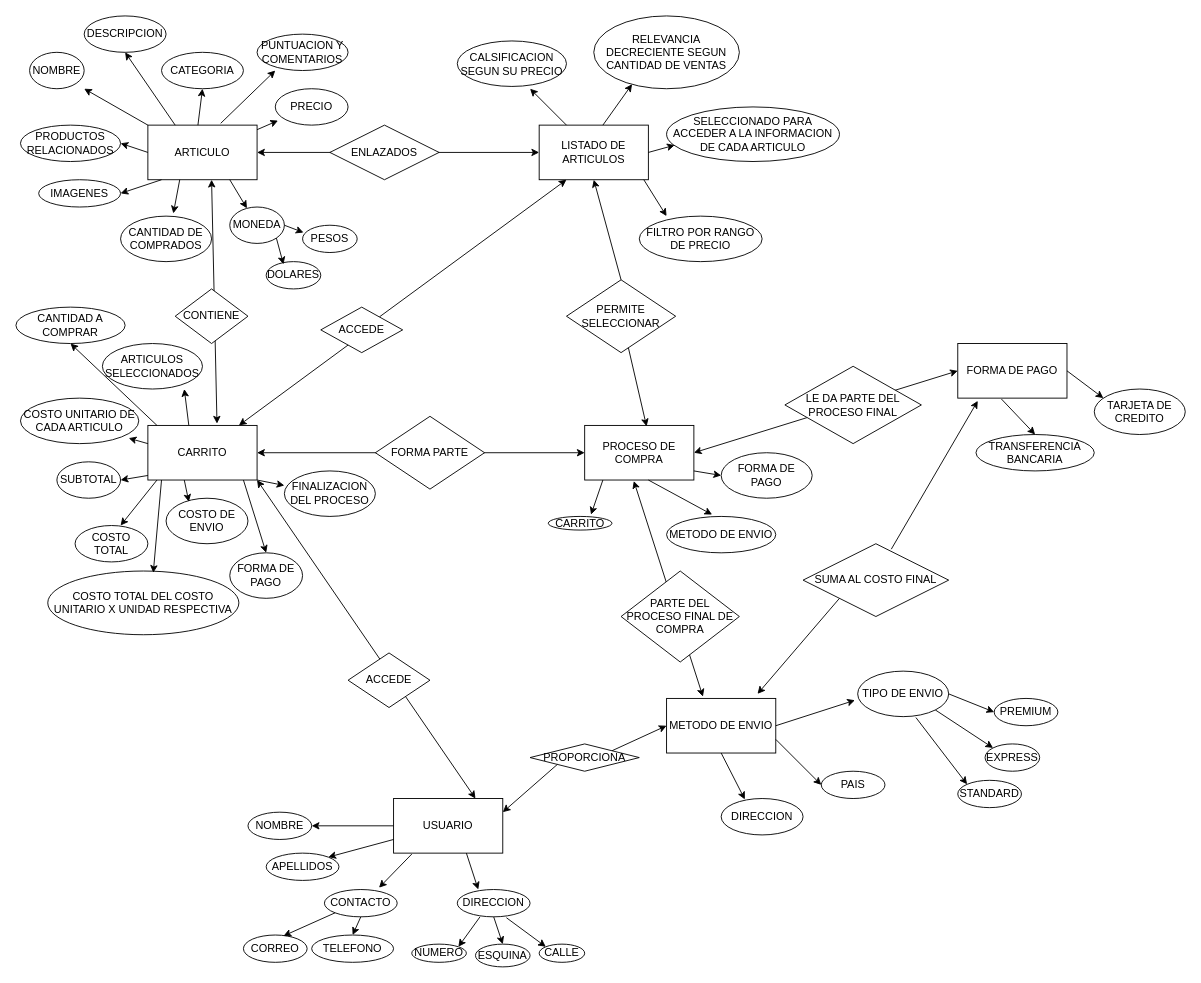
jonasromano/E-Comerc keeps this draw.io diagram as MODELADO DE ENTIDADES Y SUS ATRIBUTOS.drawio. Above is the earlier version. Source tidied: cells renumbered, new cells numbered last; positions are measured from the earlier drawing's top-left corner, leaving out a move shared by most shapes. Both pictures are drawn from the tidied source at 91%, with x=0, y=0 at pixel (15, 15).
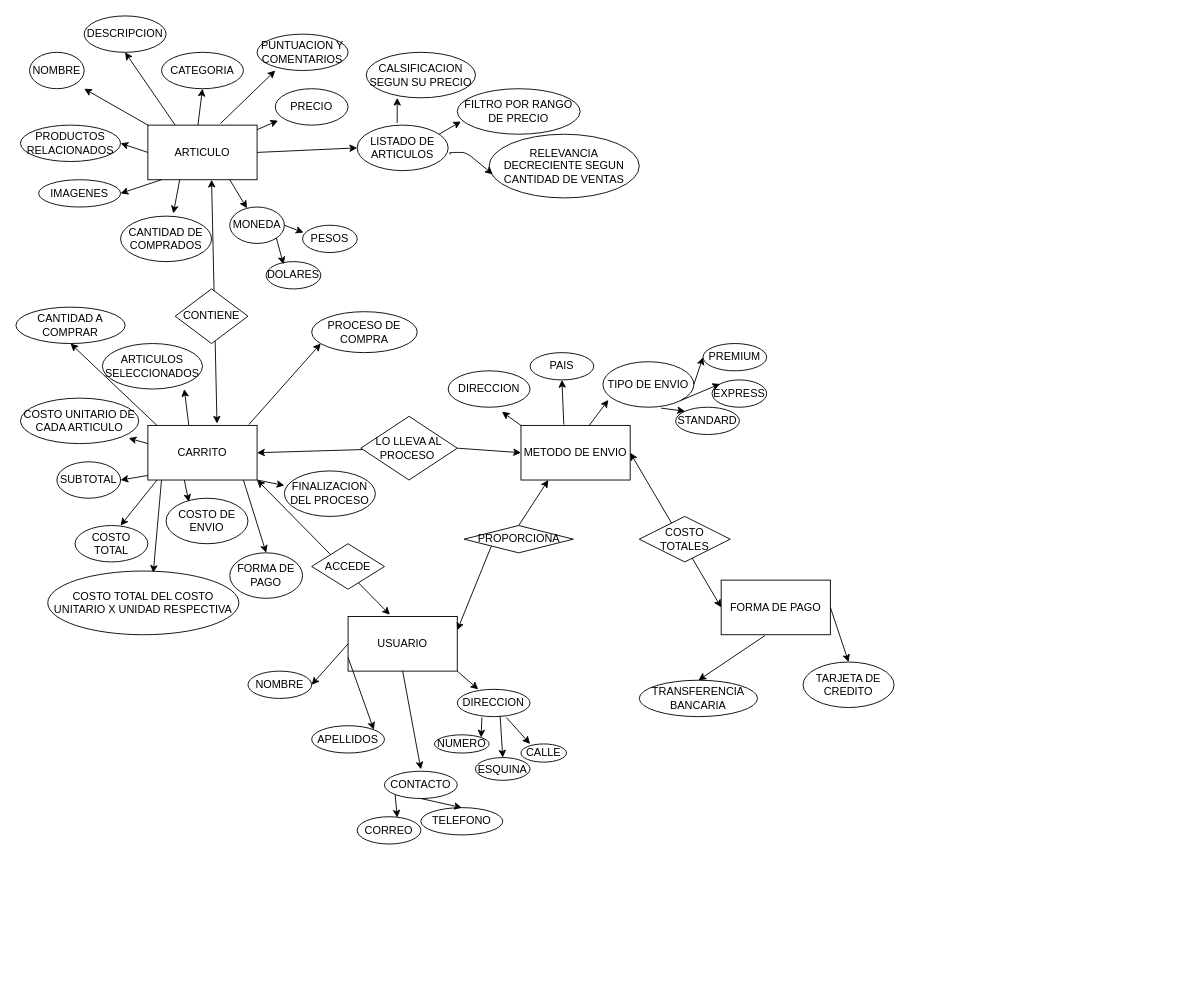
The same diagram, later.

The change refers to these unchanged cells:
```xml
<mxCell id="2" value="ARTICULO" style="rounded=0;whiteSpace=wrap;html=1;" parent="1" vertex="1">
  <mxGeometry x="145" y="120" width="120" height="60" as="geometry" />
</mxCell>
<mxCell id="33" value="CARRITO" style="rounded=0;whiteSpace=wrap;html=1;" parent="1" vertex="1">
  <mxGeometry x="145" y="450" width="120" height="60" as="geometry" />
</mxCell>
```

Diff of the diagram source:
```diff
@@
-    <mxCell id="21" value="LISTADO DE ARTICULOS" style="rounded=0;whiteSpace=wrap;html=1;" parent="1" vertex="1">
-      <mxGeometry x="575" y="120" width="120" height="60" as="geometry" />
-    </mxCell>
     <mxCell id="22" value="CALSIFICACION SEGUN SU PRECIO" style="ellipse;whiteSpace=wrap;html=1;" parent="1" vertex="1">
-      <mxGeometry x="485" y="27.5" width="120" height="50" as="geometry" />
+      <mxGeometry x="385" y="40" width="120" height="50" as="geometry" />
     </mxCell>
     <mxCell id="23" value="RELEVANCIA DECRECIENTE SEGUN CANTIDAD DE VENTAS" style="ellipse;whiteSpace=wrap;html=1;" parent="1" vertex="1">
-      <mxGeometry x="635" width="160" height="80" as="geometry" />
+      <mxGeometry x="520" y="130" width="165" height="70" as="geometry" />
     </mxCell>
     <mxCell id="24" value="FILTRO POR RANGO DE PRECIO" style="ellipse;whiteSpace=wrap;html=1;" parent="1" vertex="1">
-      <mxGeometry x="685" y="220" width="135" height="50" as="geometry" />
+      <mxGeometry x="485" y="80" width="135" height="50" as="geometry" />
     </mxCell>
-    <mxCell id="25" style="endArrow=classic;startArrow=classic;html=1;exitX=1;exitY=0.5;exitDx=0;exitDy=0;entryX=0;entryY=0.5;entryDx=0;entryDy=0;" parent="1" edge="1" source="2" target="21">
-      <mxGeometry relative="1" as="geometry" />
-    </mxCell>
-    <mxCell id="26" value="ENLAZADOS" style="rhombus;whiteSpace=wrap;html=1;" parent="1" vertex="1">
-      <mxGeometry x="345" y="120" width="120" height="60" as="geometry" />
-    </mxCell>
-    <mxCell id="27" value="SELECCIONADO PARA ACCEDER A LA INFORMACION DE CADA ARTICULO" style="ellipse;whiteSpace=wrap;html=1;" parent="1" vertex="1">
-      <mxGeometry x="715" y="100" width="190" height="60" as="geometry" />
-    </mxCell>
-    <mxCell id="28" style="endArrow=classic;html=1;exitX=0.25;exitY=0;exitDx=0;exitDy=0;" parent="1" edge="1" source="21">
+    <mxCell id="28" style="endArrow=classic;html=1;exitX=0.25;exitY=0;exitDx=0;exitDy=0;" parent="1" edge="1">
       <mxGeometry relative="1" as="geometry">
-        <mxPoint x="565" y="80" as="targetPoint" />
+        <mxPoint x="419" y="117.5" as="sourcePoint" />
+        <mxPoint x="419" y="90" as="targetPoint" />
       </mxGeometry>
     </mxCell>
-    <mxCell id="29" style="endArrow=classic;html=1;entryX=0.263;entryY=0.938;entryDx=0;entryDy=0;entryPerimeter=0;" parent="1" edge="1" target="23">
+    <mxCell id="29" style="endArrow=classic;html=1;exitX=1.03;exitY=0.64;exitDx=0;exitDy=0;exitPerimeter=0;entryX=0.024;entryY=0.629;entryDx=0;entryDy=0;entryPerimeter=0;" parent="1" edge="1" source="21" target="23">
       <mxGeometry relative="1" as="geometry">
-        <mxPoint x="645" y="120" as="sourcePoint" />
+        <Array as="points">
+          <mxPoint x="475" y="150" />
+          <mxPoint x="495" y="150" />
+        </Array>
       </mxGeometry>
     </mxCell>
-    <mxCell id="30" style="endArrow=classic;html=1;entryX=0.047;entryY=0.7;entryDx=0;entryDy=0;entryPerimeter=0;" parent="1" edge="1" target="27">
-      <mxGeometry relative="1" as="geometry">
-        <mxPoint x="695" y="150" as="sourcePoint" />
-      </mxGeometry>
-    </mxCell>
-    <mxCell id="31" style="endArrow=classic;html=1;" parent="1" edge="1">
+    <mxCell id="31" style="endArrow=classic;html=1;entryX=0.03;entryY=0.72;entryDx=0;entryDy=0;entryPerimeter=0;" parent="1" edge="1" target="24">
       <mxGeometry relative="1" as="geometry">
-        <mxPoint x="690" y="180" as="sourcePoint" />
-        <mxPoint x="715" y="220" as="targetPoint" />
+        <mxPoint x="465" y="130" as="sourcePoint" />
       </mxGeometry>
     </mxCell>
-    <mxCell id="32" value="PROCESO DE COMPRA" style="rounded=0;whiteSpace=wrap;html=1;" parent="1" vertex="1">
-      <mxGeometry x="625" y="450" width="120" height="60" as="geometry" />
-    </mxCell>
@@
-    <mxCell id="34" style="endArrow=classic;startArrow=classic;html=1;exitX=1;exitY=0.5;exitDx=0;exitDy=0;entryX=0;entryY=0.5;entryDx=0;entryDy=0;" parent="1" edge="1" source="33" target="32">
-      <mxGeometry relative="1" as="geometry" />
-    </mxCell>
@@
-    <mxCell id="36" style="endArrow=classic;startArrow=none;html=1;entryX=0.25;entryY=1;entryDx=0;entryDy=0;" parent="1" edge="1" source="40" target="21">
-      <mxGeometry relative="1" as="geometry" />
-    </mxCell>
-    <mxCell id="37" style="endArrow=classic;startArrow=none;html=1;entryX=0.5;entryY=1;entryDx=0;entryDy=0;exitX=0.5;exitY=0;exitDx=0;exitDy=0;" parent="1" edge="1" source="42" target="21">
+    <mxCell id="37" style="endArrow=classic;startArrow=none;html=1;entryX=0;entryY=0.5;entryDx=0;entryDy=0;exitX=1;exitY=0.5;exitDx=0;exitDy=0;" parent="1" edge="1" source="2" target="21">
       <mxGeometry relative="1" as="geometry" />
     </mxCell>
-    <mxCell id="38" value="FORMA PARTE" style="rhombus;whiteSpace=wrap;html=1;" parent="1" vertex="1">
-      <mxGeometry x="395" y="440" width="120" height="80" as="geometry" />
-    </mxCell>
@@
-    <mxCell id="40" value="ACCEDE" style="rhombus;whiteSpace=wrap;html=1;" parent="1" vertex="1">
-      <mxGeometry x="335" y="320" width="90" height="50" as="geometry" />
-    </mxCell>
-    <mxCell id="41" style="endArrow=none;startArrow=classic;html=1;entryX=0.25;entryY=1;entryDx=0;entryDy=0;" parent="1" edge="1" target="40">
+    <mxCell id="41" style="endArrow=none;startArrow=classic;html=1;entryX=0.925;entryY=-0.017;entryDx=0;entryDy=0;entryPerimeter=0;" parent="1" edge="1" target="33">
       <mxGeometry relative="1" as="geometry">
-        <mxPoint x="245" y="450" as="sourcePoint" />
+        <mxPoint x="335" y="360" as="sourcePoint" />
       </mxGeometry>
     </mxCell>
-    <mxCell id="42" value="PERMITE SELECCIONAR" style="rhombus;whiteSpace=wrap;html=1;" parent="1" vertex="1">
-      <mxGeometry x="605" y="290" width="120" height="80" as="geometry" />
-    </mxCell>
-    <mxCell id="43" style="endArrow=none;startArrow=classic;html=1;exitX=0.567;exitY=0.017;exitDx=0;exitDy=0;exitPerimeter=0;" parent="1" edge="1" source="32" target="42">
-      <mxGeometry relative="1" as="geometry" />
-    </mxCell>
@@
-    <mxCell id="62" value="CARRITO" style="ellipse;whiteSpace=wrap;html=1;" parent="1" vertex="1">
-      <mxGeometry x="585" y="550" width="70" height="15" as="geometry" />
-    </mxCell>
-    <mxCell id="63" value="METODO DE ENVIO" style="ellipse;whiteSpace=wrap;html=1;" parent="1" vertex="1">
-      <mxGeometry x="715" y="550" width="120" height="40" as="geometry" />
-    </mxCell>
-    <mxCell id="64" value="FORMA DE PAGO" style="ellipse;whiteSpace=wrap;html=1;" parent="1" vertex="1">
-      <mxGeometry x="775" y="480" width="100" height="50" as="geometry" />
-    </mxCell>
-    <mxCell id="65" style="endArrow=classic;html=1;entryX=0.671;entryY=-0.133;entryDx=0;entryDy=0;entryPerimeter=0;" parent="1" edge="1" target="62">
-      <mxGeometry relative="1" as="geometry">
-        <mxPoint x="645" y="510" as="sourcePoint" />
-      </mxGeometry>
-    </mxCell>
-    <mxCell id="66" style="endArrow=classic;html=1;entryX=0.417;entryY=-0.05;entryDx=0;entryDy=0;entryPerimeter=0;" parent="1" edge="1" target="63">
-      <mxGeometry relative="1" as="geometry">
-        <mxPoint x="695" y="510" as="sourcePoint" />
-      </mxGeometry>
-    </mxCell>
-    <mxCell id="67" style="endArrow=classic;html=1;entryX=0;entryY=0.5;entryDx=0;entryDy=0;" parent="1" edge="1" target="64">
-      <mxGeometry relative="1" as="geometry">
-        <mxPoint x="745" y="500" as="sourcePoint" />
-      </mxGeometry>
-    </mxCell>
     <mxCell id="68" value="METODO DE ENVIO" style="rounded=0;whiteSpace=wrap;html=1;" parent="1" vertex="1">
-      <mxGeometry x="715" y="750" width="120" height="60" as="geometry" />
+      <mxGeometry x="555" y="450" width="120" height="60" as="geometry" />
     </mxCell>
     <mxCell id="69" value="FORMA DE PAGO" style="rounded=0;whiteSpace=wrap;html=1;" parent="1" vertex="1">
-      <mxGeometry x="1035" y="360" width="120" height="60" as="geometry" />
+      <mxGeometry x="775" y="620" width="120" height="60" as="geometry" />
     </mxCell>
     <mxCell id="70" value="USUARIO" style="rounded=0;whiteSpace=wrap;html=1;" parent="1" vertex="1">
-      <mxGeometry x="415" y="860" width="120" height="60" as="geometry" />
+      <mxGeometry x="365" y="660" width="120" height="60" as="geometry" />
     </mxCell>
-    <mxCell id="71" style="endArrow=classic;startArrow=classic;html=1;exitX=0.75;exitY=0;exitDx=0;exitDy=0;" parent="1" edge="1" source="70">
+    <mxCell id="71" style="endArrow=classic;startArrow=classic;html=1;exitX=0.383;exitY=-0.033;exitDx=0;exitDy=0;exitPerimeter=0;" parent="1" edge="1" source="70">
       <mxGeometry relative="1" as="geometry">
         <mxPoint x="265" y="510" as="targetPoint" />
       </mxGeometry>
     </mxCell>
     <mxCell id="72" value="ACCEDE" style="rhombus;whiteSpace=wrap;html=1;" parent="1" vertex="1">
-      <mxGeometry x="365" y="700" width="90" height="60" as="geometry" />
+      <mxGeometry x="325" y="580" width="80" height="50" as="geometry" />
     </mxCell>
-    <mxCell id="73" style="endArrow=classic;startArrow=none;html=1;exitX=1;exitY=0;exitDx=0;exitDy=0;entryX=0;entryY=0.5;entryDx=0;entryDy=0;" parent="1" edge="1" source="74" target="68">
+    <mxCell id="73" style="endArrow=classic;startArrow=none;html=1;exitX=0.5;exitY=0;exitDx=0;exitDy=0;entryX=0.25;entryY=1;entryDx=0;entryDy=0;" parent="1" edge="1" source="74" target="68">
       <mxGeometry relative="1" as="geometry" />
     </mxCell>
     <mxCell id="74" value="PROPORCIONA" style="rhombus;whiteSpace=wrap;html=1;" parent="1" vertex="1">
-      <mxGeometry x="565" y="800" width="120" height="30" as="geometry" />
+      <mxGeometry x="492.5" y="560" width="120" height="30" as="geometry" />
     </mxCell>
@@
     <mxCell id="76" value="DIRECCION" style="ellipse;whiteSpace=wrap;html=1;" parent="1" vertex="1">
-      <mxGeometry x="775" y="860" width="90" height="40" as="geometry" />
+      <mxGeometry x="475" y="390" width="90" height="40" as="geometry" />
     </mxCell>
-    <mxCell id="77" style="endArrow=classic;html=1;exitX=0.5;exitY=1;exitDx=0;exitDy=0;entryX=0.289;entryY=0.025;entryDx=0;entryDy=0;entryPerimeter=0;" parent="1" edge="1" source="68" target="76">
-      <mxGeometry relative="1" as="geometry" />
+    <mxCell id="77" style="endArrow=classic;html=1;entryX=0.656;entryY=1.125;entryDx=0;entryDy=0;entryPerimeter=0;" parent="1" edge="1" target="76">
+      <mxGeometry relative="1" as="geometry">
+        <mxPoint x="555" y="450" as="sourcePoint" />
+      </mxGeometry>
     </mxCell>
     <mxCell id="78" value="PAIS" style="ellipse;whiteSpace=wrap;html=1;" parent="1" vertex="1">
-      <mxGeometry x="885" y="830" width="70" height="30" as="geometry" />
+      <mxGeometry x="565" y="370" width="70" height="30" as="geometry" />
     </mxCell>
     <mxCell id="79" value="TIPO DE ENVIO" style="ellipse;whiteSpace=wrap;html=1;" parent="1" vertex="1">
-      <mxGeometry x="925" y="720" width="100" height="50" as="geometry" />
+      <mxGeometry x="645" y="380" width="100" height="50" as="geometry" />
     </mxCell>
-    <mxCell id="80" style="endArrow=classic;html=1;exitX=1;exitY=0.75;exitDx=0;exitDy=0;entryX=0;entryY=0.5;entryDx=0;entryDy=0;" parent="1" edge="1" source="68" target="78">
+    <mxCell id="80" style="endArrow=classic;html=1;exitX=0.392;exitY=-0.017;exitDx=0;exitDy=0;entryX=0.5;entryY=1;entryDx=0;entryDy=0;exitPerimeter=0;" parent="1" edge="1" source="68" target="78">
       <mxGeometry relative="1" as="geometry" />
     </mxCell>
-    <mxCell id="81" style="endArrow=classic;html=1;exitX=1;exitY=0.5;exitDx=0;exitDy=0;entryX=-0.03;entryY=0.64;entryDx=0;entryDy=0;entryPerimeter=0;" parent="1" edge="1" source="68" target="79">
+    <mxCell id="81" style="endArrow=classic;html=1;exitX=0.625;exitY=0;exitDx=0;exitDy=0;entryX=0.06;entryY=0.84;entryDx=0;entryDy=0;entryPerimeter=0;exitPerimeter=0;" parent="1" edge="1" source="68" target="79">
       <mxGeometry relative="1" as="geometry" />
     </mxCell>
-    <mxCell id="82" style="endArrow=classic;startArrow=classic;html=1;entryX=0.45;entryY=1.017;entryDx=0;entryDy=0;entryPerimeter=0;exitX=0.333;exitY=-0.033;exitDx=0;exitDy=0;exitPerimeter=0;" parent="1" edge="1" source="68" target="32">
+    <mxCell id="82" style="endArrow=classic;startArrow=none;html=1;entryX=1;entryY=0.5;entryDx=0;entryDy=0;" parent="1" edge="1" source="123" target="33">
       <mxGeometry relative="1" as="geometry" />
     </mxCell>
-    <mxCell id="83" style="endArrow=classic;startArrow=classic;html=1;exitX=1;exitY=0.5;exitDx=0;exitDy=0;entryX=0;entryY=0.5;entryDx=0;entryDy=0;" parent="1" edge="1" source="32" target="69">
+    <mxCell id="83" style="endArrow=classic;startArrow=classic;html=1;exitX=1;exitY=0.5;exitDx=0;exitDy=0;entryX=0;entryY=0.5;entryDx=0;entryDy=0;" parent="1" edge="1" source="68" target="69">
       <mxGeometry relative="1" as="geometry" />
     </mxCell>
     <mxCell id="84" value="DIRECCION" style="ellipse;whiteSpace=wrap;html=1;" parent="1" vertex="1">
-      <mxGeometry x="485" y="960" width="80" height="30" as="geometry" />
+      <mxGeometry x="485" y="740" width="80" height="30" as="geometry" />
     </mxCell>
     <mxCell id="85" value="CALLE" style="ellipse;whiteSpace=wrap;html=1;" parent="1" vertex="1">
-      <mxGeometry x="575" y="1020" width="50" height="20" as="geometry" />
+      <mxGeometry x="555" y="800" width="50" height="20" as="geometry" />
     </mxCell>
     <mxCell id="86" value="ESQUINA" style="ellipse;whiteSpace=wrap;html=1;" parent="1" vertex="1">
-      <mxGeometry x="505" y="1020" width="60" height="25" as="geometry" />
+      <mxGeometry x="505" y="815" width="60" height="25" as="geometry" />
     </mxCell>
     <mxCell id="87" value="NUMERO" style="ellipse;whiteSpace=wrap;html=1;" parent="1" vertex="1">
-      <mxGeometry x="435" y="1020" width="60" height="20" as="geometry" />
+      <mxGeometry x="460" y="790" width="60" height="20" as="geometry" />
     </mxCell>
-    <mxCell id="88" style="endArrow=classic;html=1;entryX=0.288;entryY=0;entryDx=0;entryDy=0;entryPerimeter=0;" parent="1" edge="1" target="84">
-      <mxGeometry relative="1" as="geometry">
-        <mxPoint x="495" y="920" as="sourcePoint" />
-      </mxGeometry>
+    <mxCell id="88" style="endArrow=classic;html=1;entryX=0.288;entryY=0;entryDx=0;entryDy=0;entryPerimeter=0;exitX=1;exitY=1;exitDx=0;exitDy=0;" parent="1" edge="1" source="70" target="84">
+      <mxGeometry relative="1" as="geometry" />
     </mxCell>
-    <mxCell id="89" style="endArrow=classic;html=1;entryX=0;entryY=0;entryDx=0;entryDy=0;exitX=0.675;exitY=1.033;exitDx=0;exitDy=0;exitPerimeter=0;" parent="1" edge="1" source="84" target="85">
-      <mxGeometry relative="1" as="geometry" />
+    <mxCell id="89" style="endArrow=classic;html=1;exitX=0.675;exitY=1.033;exitDx=0;exitDy=0;exitPerimeter=0;" parent="1" edge="1" source="84">
+      <mxGeometry relative="1" as="geometry">
+        <mxPoint x="565" y="800" as="targetPoint" />
+      </mxGeometry>
     </mxCell>
-    <mxCell id="90" style="endArrow=classic;html=1;entryX=0.5;entryY=0;entryDx=0;entryDy=0;" parent="1" edge="1" target="86">
-      <mxGeometry relative="1" as="geometry">
-        <mxPoint x="525" y="990" as="sourcePoint" />
-      </mxGeometry>
+    <mxCell id="90" style="endArrow=classic;html=1;entryX=0.5;entryY=0;entryDx=0;entryDy=0;exitX=0.588;exitY=0.967;exitDx=0;exitDy=0;exitPerimeter=0;" parent="1" edge="1" source="84" target="86">
+      <mxGeometry relative="1" as="geometry" />
     </mxCell>
-    <mxCell id="91" style="endArrow=classic;html=1;entryX=1;entryY=0;entryDx=0;entryDy=0;" parent="1" edge="1" target="87">
-      <mxGeometry relative="1" as="geometry">
-        <mxPoint x="510" y="990" as="sourcePoint" />
-      </mxGeometry>
+    <mxCell id="91" style="endArrow=classic;html=1;entryX=1;entryY=0;entryDx=0;entryDy=0;exitX=0.338;exitY=1.033;exitDx=0;exitDy=0;exitPerimeter=0;" parent="1" edge="1" source="84" target="87">
+      <mxGeometry relative="1" as="geometry" />
     </mxCell>
     <mxCell id="92" value="PREMIUM" style="ellipse;whiteSpace=wrap;html=1;" parent="1" vertex="1">
-      <mxGeometry x="1075" y="750" width="70" height="30" as="geometry" />
+      <mxGeometry x="755" y="360" width="70" height="30" as="geometry" />
     </mxCell>
     <mxCell id="93" value="EXPRESS" style="ellipse;whiteSpace=wrap;html=1;" parent="1" vertex="1">
-      <mxGeometry x="1065" y="800" width="60" height="30" as="geometry" />
+      <mxGeometry x="765" y="400" width="60" height="30" as="geometry" />
     </mxCell>
     <mxCell id="94" value="STANDARD" style="ellipse;whiteSpace=wrap;html=1;" parent="1" vertex="1">
-      <mxGeometry x="1035" y="840" width="70" height="30" as="geometry" />
+      <mxGeometry x="725" y="430" width="70" height="30" as="geometry" />
     </mxCell>
@@
     <mxCell id="98" value="NOMBRE" style="ellipse;whiteSpace=wrap;html=1;" parent="1" vertex="1">
-      <mxGeometry x="255" y="875" width="70" height="30" as="geometry" />
+      <mxGeometry x="255" y="720" width="70" height="30" as="geometry" />
     </mxCell>
     <mxCell id="99" value="APELLIDOS" style="ellipse;whiteSpace=wrap;html=1;" parent="1" vertex="1">
-      <mxGeometry x="275" y="920" width="80" height="30" as="geometry" />
+      <mxGeometry x="325" y="780" width="80" height="30" as="geometry" />
     </mxCell>
     <mxCell id="100" value="CONTACTO" style="ellipse;whiteSpace=wrap;html=1;" parent="1" vertex="1">
-      <mxGeometry x="339" y="960" width="80" height="30" as="geometry" />
+      <mxGeometry x="405" y="830" width="80" height="30" as="geometry" />
     </mxCell>
     <mxCell id="101" value="CORREO" style="ellipse;whiteSpace=wrap;html=1;" parent="1" vertex="1">
-      <mxGeometry x="250" y="1010" width="70" height="30" as="geometry" />
+      <mxGeometry x="375" y="880" width="70" height="30" as="geometry" />
     </mxCell>
     <mxCell id="102" value="TELEFONO" style="ellipse;whiteSpace=wrap;html=1;" parent="1" vertex="1">
-      <mxGeometry x="325" y="1010" width="90" height="30" as="geometry" />
+      <mxGeometry x="445" y="870" width="90" height="30" as="geometry" />
     </mxCell>
@@
-    <mxCell id="105" style="endArrow=classic;html=1;exitX=0.167;exitY=1.017;exitDx=0;exitDy=0;exitPerimeter=0;entryX=0.75;entryY=-0.067;entryDx=0;entryDy=0;entryPerimeter=0;" parent="1" edge="1" source="70" target="100">
-      <mxGeometry relative="1" as="geometry" />
+    <mxCell id="105" style="endArrow=classic;html=1;exitX=0.5;exitY=1;exitDx=0;exitDy=0;" parent="1" edge="1" source="70">
+      <mxGeometry relative="1" as="geometry">
+        <mxPoint x="445" y="828" as="targetPoint" />
+      </mxGeometry>
     </mxCell>
@@
     <mxCell id="108" value="TRANSFERENCIA BANCARIA" style="ellipse;whiteSpace=wrap;html=1;" parent="1" vertex="1">
-      <mxGeometry x="1055" y="460" width="130" height="40" as="geometry" />
+      <mxGeometry x="685" y="730" width="130" height="40" as="geometry" />
     </mxCell>
     <mxCell id="109" value="TARJETA DE CREDITO" style="ellipse;whiteSpace=wrap;html=1;" parent="1" vertex="1">
-      <mxGeometry x="1185" y="410" width="100" height="50" as="geometry" />
+      <mxGeometry x="865" y="710" width="100" height="50" as="geometry" />
     </mxCell>
@@
-    <mxCell id="111" style="endArrow=classic;html=1;exitX=1;exitY=0.5;exitDx=0;exitDy=0;" parent="1" edge="1" source="69">
-      <mxGeometry relative="1" as="geometry">
-        <mxPoint x="1195" y="420" as="targetPoint" />
-      </mxGeometry>
+    <mxCell id="111" style="endArrow=classic;html=1;exitX=1;exitY=0.5;exitDx=0;exitDy=0;entryX=0.5;entryY=0;entryDx=0;entryDy=0;" parent="1" edge="1" source="69" target="109">
+      <mxGeometry relative="1" as="geometry" />
     </mxCell>
-    <mxCell id="112" value="LE DA PARTE DEL PROCESO FINAL" style="rhombus;whiteSpace=wrap;html=1;" parent="1" vertex="1">
-      <mxGeometry x="845" y="385" width="150" height="85" as="geometry" />
-    </mxCell>
-    <mxCell id="113" value="PARTE DEL PROCESO FINAL DE COMPRA" style="rhombus;whiteSpace=wrap;html=1;" parent="1" vertex="1">
-      <mxGeometry x="665" y="610" width="130" height="100" as="geometry" />
-    </mxCell>
@@
-    <mxCell id="118" style="endArrow=classic;startArrow=none;html=1;exitX=0.606;exitY=0.075;exitDx=0;exitDy=0;exitPerimeter=0;entryX=0.183;entryY=1.05;entryDx=0;entryDy=0;entryPerimeter=0;" parent="1" edge="1" source="119" target="69">
-      <mxGeometry relative="1" as="geometry" />
-    </mxCell>
-    <mxCell id="119" value="SUMA AL COSTO FINAL" style="rhombus;whiteSpace=wrap;html=1;" parent="1" vertex="1">
-      <mxGeometry x="865" y="580" width="160" height="80" as="geometry" />
-    </mxCell>
-    <mxCell id="120" style="endArrow=none;startArrow=classic;html=1;exitX=0.833;exitY=-0.083;exitDx=0;exitDy=0;exitPerimeter=0;entryX=0;entryY=1;entryDx=0;entryDy=0;" parent="1" edge="1" source="68" target="119">
-      <mxGeometry relative="1" as="geometry" />
-    </mxCell>
+    <mxCell id="21" value="LISTADO DE ARTICULOS" style="ellipse;whiteSpace=wrap;html=1;" parent="1" vertex="1">
+      <mxGeometry x="375" y="120" width="100" height="50" as="geometry" />
+    </mxCell>
+    <mxCell id="32" value="PROCESO DE COMPRA" style="ellipse;whiteSpace=wrap;html=1;" parent="1" vertex="1">
+      <mxGeometry x="325" y="325" width="116" height="45" as="geometry" />
+    </mxCell>
+    <mxCell id="121" style="edgeStyle=orthogonalEdgeStyle;rounded=0;orthogonalLoop=1;jettySize=auto;html=1;exitX=0.5;exitY=1;exitDx=0;exitDy=0;" parent="1" edge="1" source="93" target="93">
+      <mxGeometry relative="1" as="geometry" />
+    </mxCell>
+    <mxCell id="122" value="COSTO TOTALES" style="rhombus;whiteSpace=wrap;html=1;" parent="1" vertex="1">
+      <mxGeometry x="685" y="550" width="100" height="50" as="geometry" />
+    </mxCell>
+    <mxCell id="123" value="LO LLEVA AL PROCESO&amp;nbsp;" style="rhombus;whiteSpace=wrap;html=1;" parent="1" vertex="1">
+      <mxGeometry x="379" y="440" width="106" height="70" as="geometry" />
+    </mxCell>
+    <mxCell id="124" style="endArrow=none;startArrow=classic;html=1;entryX=1;entryY=0.5;entryDx=0;entryDy=0;" parent="1" edge="1" target="123">
+      <mxGeometry relative="1" as="geometry">
+        <mxPoint x="555" y="480" as="sourcePoint" />
+      </mxGeometry>
+    </mxCell>
```
